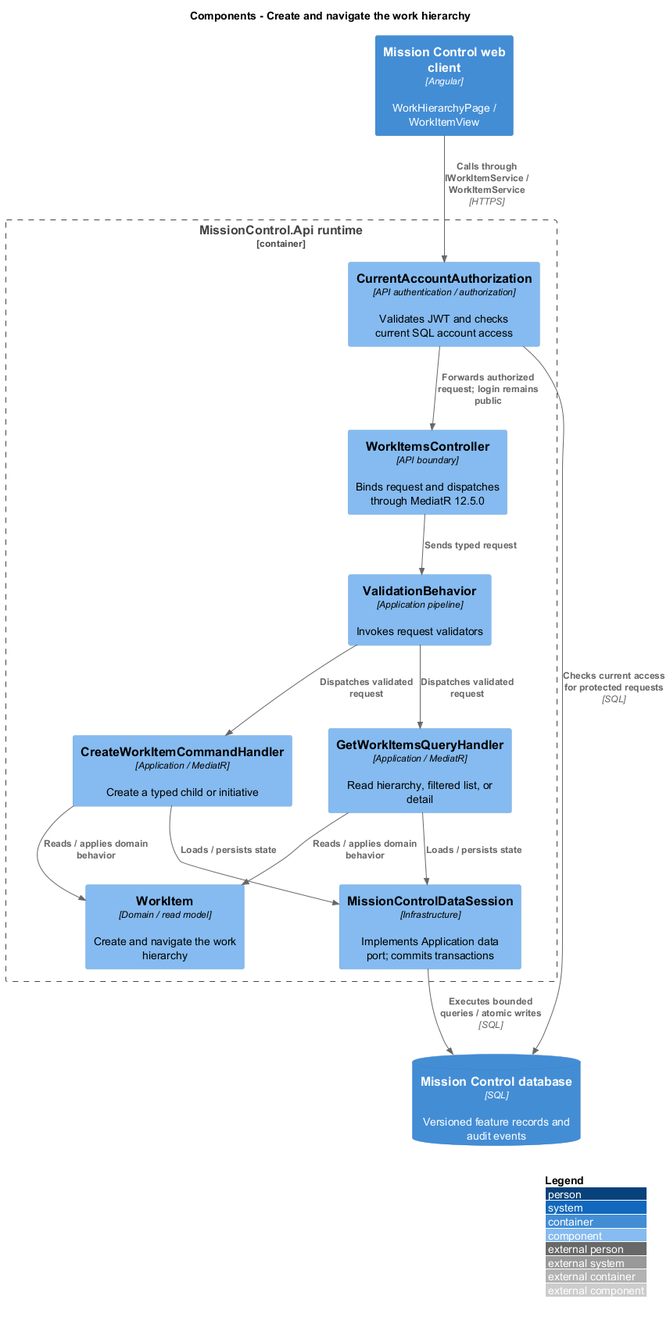
Earlier version of the PlantUML export docs/detailed-designs/work/create-and-navigate-work/diagrams/c4-component.png (QuinntyneBrown/mission-control).
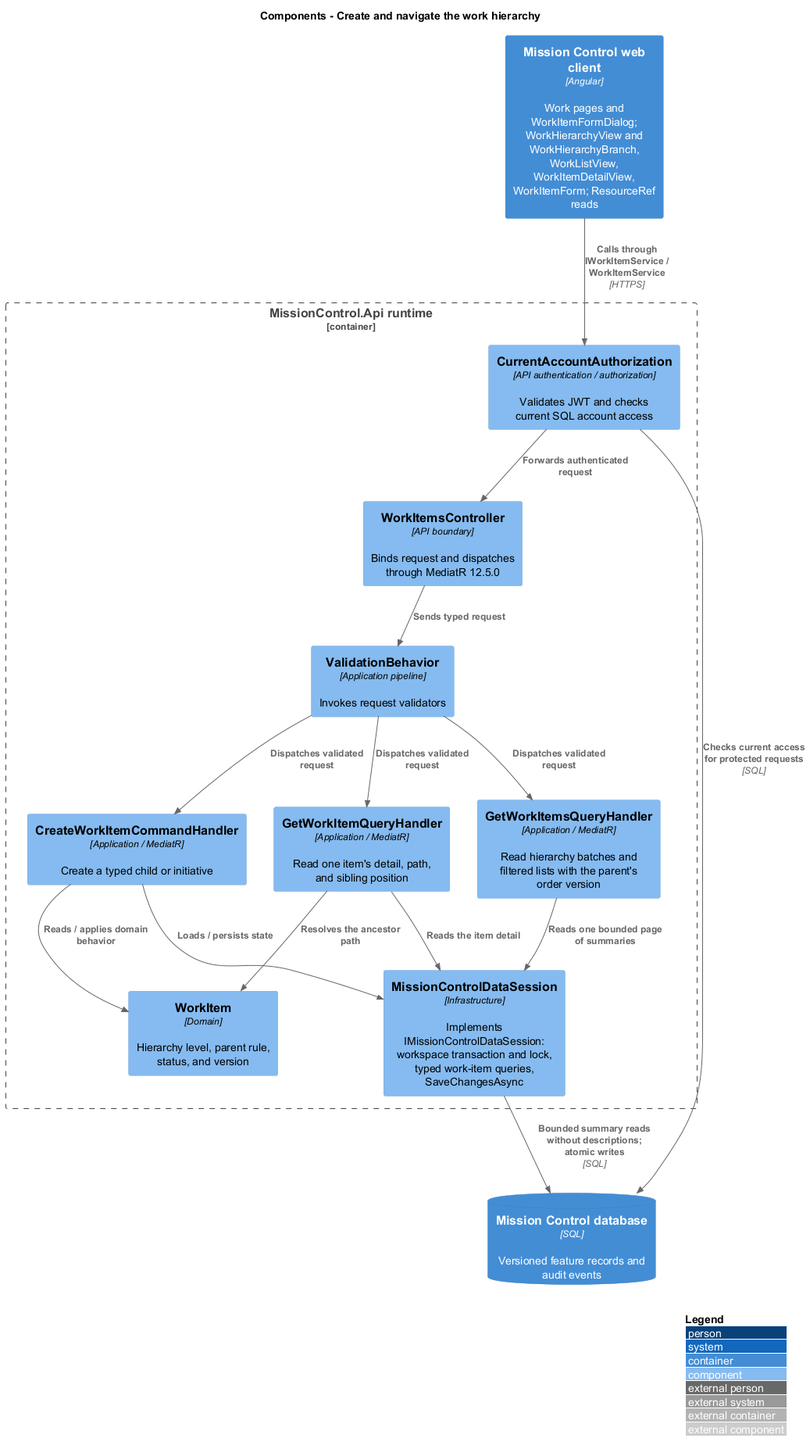
The same file after the commit.

What changed in the source:
```diff
@@ -2,26 +2,29 @@
 !include <C4/C4_Component>
 LAYOUT_WITH_LEGEND()
 title Components - Create and navigate the work hierarchy
-Container(web, "Mission Control web client", "Angular", "WorkHierarchyPage / WorkItemView")
+Container(web, "Mission Control web client", "Angular", "Work pages and WorkItemFormDialog; WorkHierarchyView and WorkHierarchyBranch, WorkListView, WorkItemDetailView, WorkItemForm; ResourceRef reads")
 ContainerDb(db, "Mission Control database", "SQL", "Versioned feature records and audit events")
 Container_Boundary(api, "MissionControl.Api runtime") {
   Component(ctrl, "WorkItemsController", "API boundary", "Binds request and dispatches through MediatR 12.5.0")
   Component(access, "CurrentAccountAuthorization", "API authentication / authorization", "Validates JWT and checks current SQL account access")
   Component(validation, "ValidationBehavior", "Application pipeline", "Invokes request validators")
-  Component(entity, "WorkItem", "Domain / read model", "Create and navigate the work hierarchy")
-  Component(store, "MissionControlDataSession", "Infrastructure", "Implements Application data port; commits transactions")
+  Component(entity, "WorkItem", "Domain", "Hierarchy level, parent rule, status, and version")
+  Component(store, "MissionControlDataSession", "Infrastructure", "Implements IMissionControlDataSession: workspace transaction and lock, typed work-item queries, SaveChangesAsync")
 Rel(web, access, "Calls through IWorkItemService / WorkItemService", "HTTPS")
 Rel(access, db, "Checks current access for protected requests", "SQL")
-Rel(access, ctrl, "Forwards authorized request; login remains public")
+Rel(access, ctrl, "Forwards authenticated request")
 Rel(ctrl, validation, "Sends typed request")
 Component(h0, "CreateWorkItemCommandHandler", "Application / MediatR", "Create a typed child or initiative")
 Rel(validation, h0, "Dispatches validated request")
 Rel(h0, entity, "Reads / applies domain behavior")
 Rel(h0, store, "Loads / persists state")
-Component(h1, "GetWorkItemsQueryHandler", "Application / MediatR", "Read hierarchy, filtered list, or detail")
+Component(h1, "GetWorkItemsQueryHandler", "Application / MediatR", "Read hierarchy batches and filtered lists with the parent's order version")
 Rel(validation, h1, "Dispatches validated request")
-Rel(h1, entity, "Reads / applies domain behavior")
-Rel(h1, store, "Loads / persists state")
+Rel(h1, store, "Reads one bounded page of summaries")
+Component(h2, "GetWorkItemQueryHandler", "Application / MediatR", "Read one item's detail, path, and sibling position")
+Rel(validation, h2, "Dispatches validated request")
+Rel(h2, entity, "Resolves the ancestor path")
+Rel(h2, store, "Reads the item detail")
 }
-Rel(store, db, "Executes bounded queries / atomic writes", "SQL")
+Rel(store, db, "Bounded summary reads without descriptions; atomic writes", "SQL")
 @enduml
```
